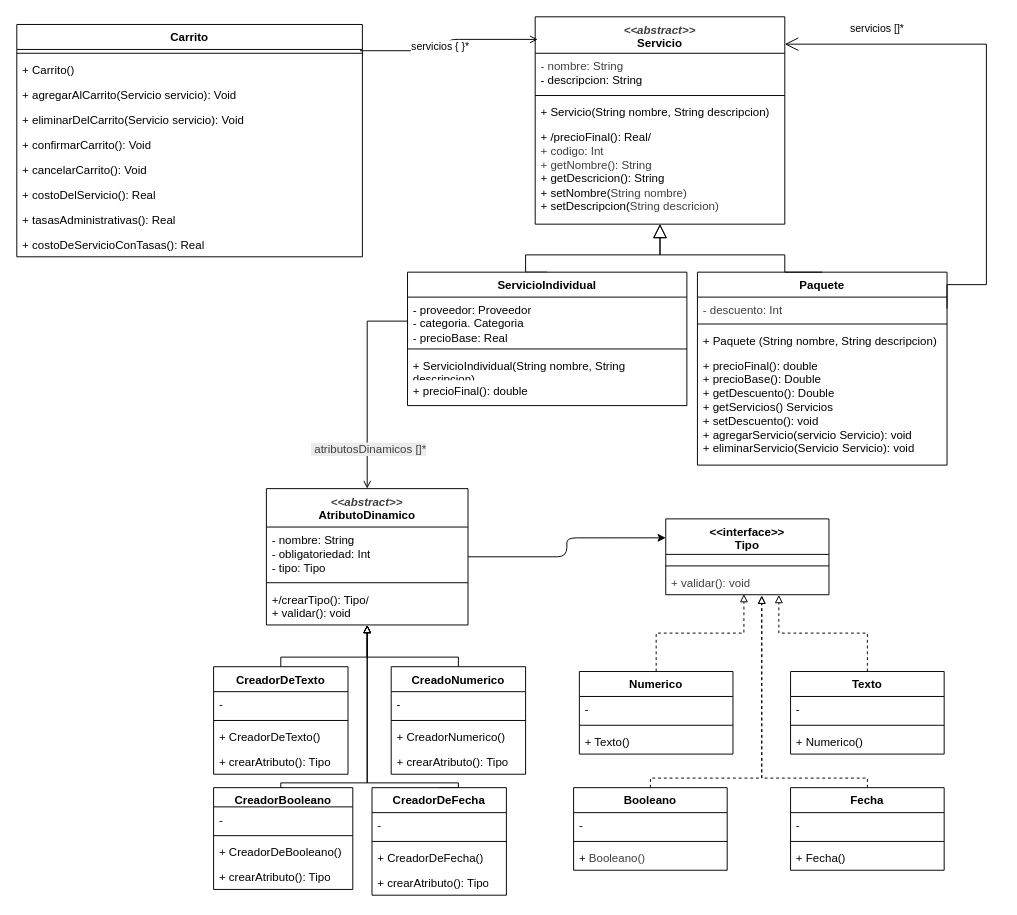
Earlier version of the draw.io diagram 2.1CatálogoDeServicioPaquetes.drawio (Naxayy/UNQ_Travel). Source tidied: cells renumbered, new cells numbered last; positions are measured from the earlier drawing's top-left corner, leaving out a move shared by most shapes. Both pictures are drawn from the tidied source at 96%, with x=0, y=0 at pixel (16, 16).
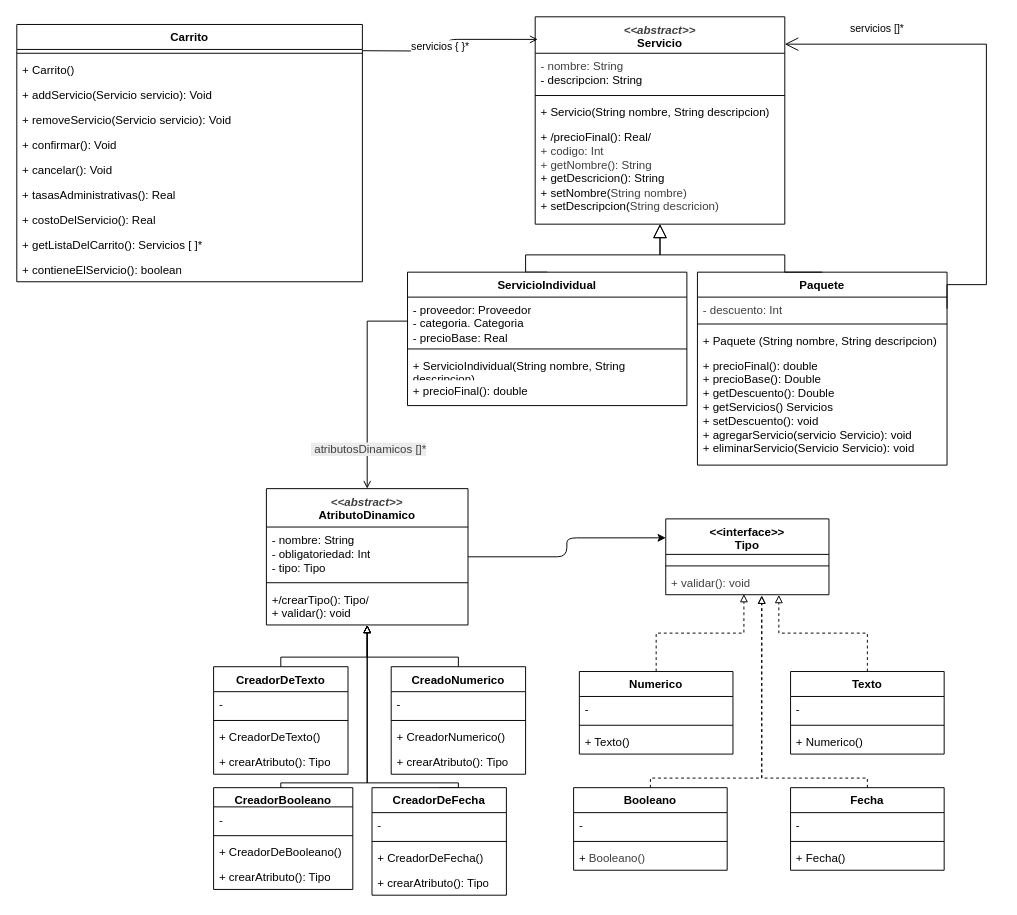
After the change.

The change refers to these unchanged cells:
```xml
<mxCell id="2" value="&lt;i style=&quot;color: rgb(63, 63, 63); scrollbar-color: rgba(168, 169, 170, 0.52) rgb(18, 19, 20);&quot;&gt;&amp;lt;&amp;lt;&lt;span style=&quot;color: rgb(63, 63, 63); scrollbar-color: rgba(168, 169, 170, 0.52) rgb(18, 19, 20);&quot;&gt;abstract&lt;/span&gt;&amp;gt;&amp;gt;&lt;br style=&quot;color: rgb(63, 63, 63); scrollbar-color: rgba(168, 169, 170, 0.52) rgb(18, 19, 20);&quot;&gt;&lt;/i&gt;Servicio" style="swimlane;fontStyle=1;align=center;verticalAlign=top;horizontal=1;startSize=38;whiteSpace=wrap;html=1;" parent="1" vertex="1">
  <mxGeometry x="540" width="260" height="216" as="geometry" />
</mxCell>
<mxCell id="78" style="line;strokeWidth=1;fillColor=none;align=left;verticalAlign=middle;spacingTop=-1;spacingLeft=3;spacingRight=3;labelPosition=right;points=[];portConstraint=eastwest;strokeColor=inherit;" parent="77" vertex="1">
  <mxGeometry y="26" width="360" height="8" as="geometry" />
</mxCell>
```

Diff of the diagram source:
```diff
@@
+    <mxCell id="87" style="edgeStyle=orthogonalEdgeStyle;html=1;entryX=0.01;entryY=0.109;entryDx=0;entryDy=0;entryPerimeter=0;endArrow=open;endFill=0;exitX=0.993;exitY=0.167;exitDx=0;exitDy=0;exitPerimeter=0;" parent="1" edge="1" target="2">
+      <mxGeometry x="0.08" relative="1" as="geometry">
+        <mxPoint x="357.5" y="35.3" as="sourcePoint" />
+      </mxGeometry>
+    </mxCell>
+    <mxCell id="88" value="servicios { }*" style="edgeLabel;html=1;align=center;verticalAlign=middle;inheritText=1;" parent="87" vertex="1">
+      <mxGeometry x="-0.16" y="5" relative="1" as="geometry" />
+    </mxCell>
     <mxCell id="77" value="Carrito" style="swimlane;fontStyle=1;align=center;verticalAlign=top;horizontal=1;startSize=26;whiteSpace=wrap;html=1;strokeColor=default;swimlaneFillColor=default;fontFamily=Helvetica;fontSize=12;fontColor=default;fillColor=default;gradientColor=none;" parent="1" vertex="1">
-      <mxGeometry y="8" width="360" height="242" as="geometry" />
+      <mxGeometry y="8" width="360" height="268" as="geometry" />
     </mxCell>
@@
-    <mxCell id="80" value="&lt;span style=&quot;color: rgb(0, 0, 0);&quot;&gt;+ agregarAlCarrito(&lt;span style=&quot;color: rgb(0, 0, 0);&quot;&gt;Servicio servicio&lt;/span&gt;): Void&lt;/span&gt;" style="text;strokeColor=none;fillColor=none;align=left;verticalAlign=top;spacingLeft=4;spacingRight=4;overflow=hidden;whiteSpace=wrap;html=1;" parent="77" vertex="1">
-      <mxGeometry y="60" width="360" height="26" as="geometry" />
-    </mxCell>
-    <mxCell id="81" value="&lt;span style=&quot;color: rgb(0, 0, 0);&quot;&gt;+ eliminarDelCarrito(Servicio servicio): Void&lt;/span&gt;" style="text;strokeColor=none;fillColor=none;align=left;verticalAlign=top;spacingLeft=4;spacingRight=4;overflow=hidden;whiteSpace=wrap;html=1;" parent="77" vertex="1">
-      <mxGeometry y="86" width="360" height="26" as="geometry" />
-    </mxCell>
-    <mxCell id="82" value="&lt;span style=&quot;color: rgb(0, 0, 0);&quot;&gt;+ confirmarCarrito(): Void&lt;/span&gt;" style="text;strokeColor=none;fillColor=none;align=left;verticalAlign=top;spacingLeft=4;spacingRight=4;overflow=hidden;whiteSpace=wrap;html=1;" parent="77" vertex="1">
-      <mxGeometry y="112" width="360" height="26" as="geometry" />
-    </mxCell>
-    <mxCell id="83" value="&lt;span style=&quot;color: rgb(0, 0, 0);&quot;&gt;+ cancelarCarrito(): Void&lt;/span&gt;" style="text;strokeColor=none;fillColor=none;align=left;verticalAlign=top;spacingLeft=4;spacingRight=4;overflow=hidden;whiteSpace=wrap;html=1;" parent="77" vertex="1">
-      <mxGeometry y="138" width="360" height="26" as="geometry" />
-    </mxCell>
+    <mxCell id="89" value="&lt;span style=&quot;color: rgb(0, 0, 0);&quot;&gt;+ addServicio(&lt;span style=&quot;color: rgb(0, 0, 0);&quot;&gt;Servicio servicio&lt;/span&gt;): Void&lt;/span&gt;" style="text;strokeColor=none;fillColor=none;align=left;verticalAlign=top;spacingLeft=4;spacingRight=4;overflow=hidden;whiteSpace=wrap;html=1;" parent="77" vertex="1">
+      <mxGeometry y="60" width="360" height="26" as="geometry" />
+    </mxCell>
+    <mxCell id="90" value="&lt;span style=&quot;color: rgb(0, 0, 0);&quot;&gt;+ removeServicio(Servicio servicio): Void&lt;/span&gt;" style="text;strokeColor=none;fillColor=none;align=left;verticalAlign=top;spacingLeft=4;spacingRight=4;overflow=hidden;whiteSpace=wrap;html=1;" parent="77" vertex="1">
+      <mxGeometry y="86" width="360" height="26" as="geometry" />
+    </mxCell>
+    <mxCell id="91" value="&lt;span style=&quot;color: rgb(0, 0, 0);&quot;&gt;+ confirmar&lt;/span&gt;&lt;span style=&quot;background-color: transparent;&quot;&gt;(): Void&lt;/span&gt;" style="text;strokeColor=none;fillColor=none;align=left;verticalAlign=top;spacingLeft=4;spacingRight=4;overflow=hidden;whiteSpace=wrap;html=1;" parent="77" vertex="1">
+      <mxGeometry y="112" width="360" height="26" as="geometry" />
+    </mxCell>
+    <mxCell id="92" value="&lt;span style=&quot;color: rgb(0, 0, 0);&quot;&gt;+ cancelar(): Void&lt;/span&gt;" style="text;strokeColor=none;fillColor=none;align=left;verticalAlign=top;spacingLeft=4;spacingRight=4;overflow=hidden;whiteSpace=wrap;html=1;" parent="77" vertex="1">
+      <mxGeometry y="138" width="360" height="26" as="geometry" />
+    </mxCell>
+    <mxCell id="85" value="&lt;span style=&quot;color: rgb(0, 0, 0);&quot;&gt;+ tasasAdministrativas(): Real&lt;/span&gt;" style="text;strokeColor=none;fillColor=none;align=left;verticalAlign=top;spacingLeft=4;spacingRight=4;overflow=hidden;whiteSpace=wrap;html=1;" parent="77" vertex="1">
+      <mxGeometry y="164" width="360" height="26" as="geometry" />
+    </mxCell>
     <mxCell id="84" value="&lt;span style=&quot;color: rgb(0, 0, 0);&quot;&gt;+ costoDelServicio(): Real&lt;/span&gt;" style="text;strokeColor=none;fillColor=none;align=left;verticalAlign=top;spacingLeft=4;spacingRight=4;overflow=hidden;whiteSpace=wrap;html=1;" parent="77" vertex="1">
-      <mxGeometry y="164" width="360" height="26" as="geometry" />
+      <mxGeometry y="190" width="360" height="26" as="geometry" />
     </mxCell>
-    <mxCell id="85" value="&lt;span style=&quot;color: rgb(0, 0, 0);&quot;&gt;+ tasasAdministrativas(): Real&lt;/span&gt;" style="text;strokeColor=none;fillColor=none;align=left;verticalAlign=top;spacingLeft=4;spacingRight=4;overflow=hidden;whiteSpace=wrap;html=1;" parent="77" vertex="1">
-      <mxGeometry y="190" width="360" height="26" as="geometry" />
-    </mxCell>
-    <mxCell id="86" value="&lt;span style=&quot;color: rgb(0, 0, 0);&quot;&gt;+ costoDeServicioConTasas(): Real&lt;/span&gt;" style="text;strokeColor=none;fillColor=none;align=left;verticalAlign=top;spacingLeft=4;spacingRight=4;overflow=hidden;whiteSpace=wrap;html=1;" parent="77" vertex="1">
-      <mxGeometry y="216" width="360" height="26" as="geometry" />
-    </mxCell>
-    <mxCell id="87" style="edgeStyle=orthogonalEdgeStyle;html=1;entryX=0.01;entryY=0.109;entryDx=0;entryDy=0;entryPerimeter=0;endArrow=open;endFill=0;exitX=0.993;exitY=0.167;exitDx=0;exitDy=0;exitPerimeter=0;" parent="1" edge="1" source="78" target="2">
-      <mxGeometry x="0.08" relative="1" as="geometry" />
-    </mxCell>
-    <mxCell id="88" value="servicios { }*" style="edgeLabel;html=1;align=center;verticalAlign=middle;inheritText=1;" parent="87" vertex="1">
-      <mxGeometry x="-0.16" y="5" relative="1" as="geometry" />
-    </mxCell>
+    <mxCell id="93" value="&lt;span style=&quot;color: rgb(0, 0, 0);&quot;&gt;+ getListaDelCarrito(): Servicios [ ]*&lt;/span&gt;" style="text;strokeColor=none;fillColor=none;align=left;verticalAlign=top;spacingLeft=4;spacingRight=4;overflow=hidden;whiteSpace=wrap;html=1;" parent="77" vertex="1">
+      <mxGeometry y="216" width="360" height="26" as="geometry" />
+    </mxCell>
+    <mxCell id="94" value="&lt;span style=&quot;color: rgb(0, 0, 0);&quot;&gt;+ contieneElServicio(): boolean&lt;/span&gt;" style="text;strokeColor=none;fillColor=none;align=left;verticalAlign=top;spacingLeft=4;spacingRight=4;overflow=hidden;whiteSpace=wrap;html=1;" parent="77" vertex="1">
+      <mxGeometry y="242" width="360" height="26" as="geometry" />
+    </mxCell>
```
